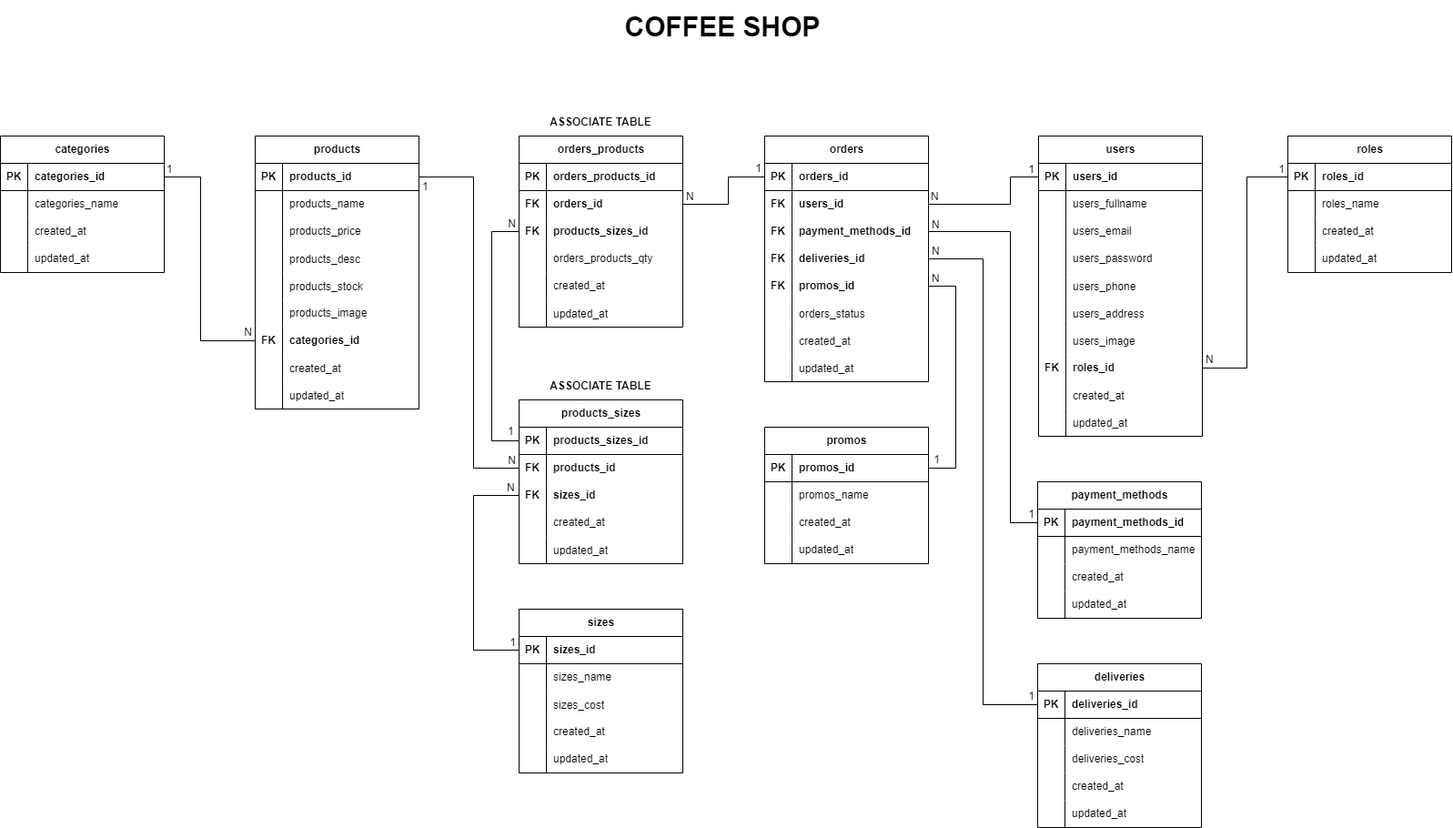
Before: tugas/postgresql/coffee-shop.drawio.png, a diagram exported from draw.io (ridwanbahtiar15/basic-cs-js-fwg16). Source tidied: cells renumbered, new cells last; positions are measured from the earlier drawing's top-left corner, leaving out a move shared by most shapes.
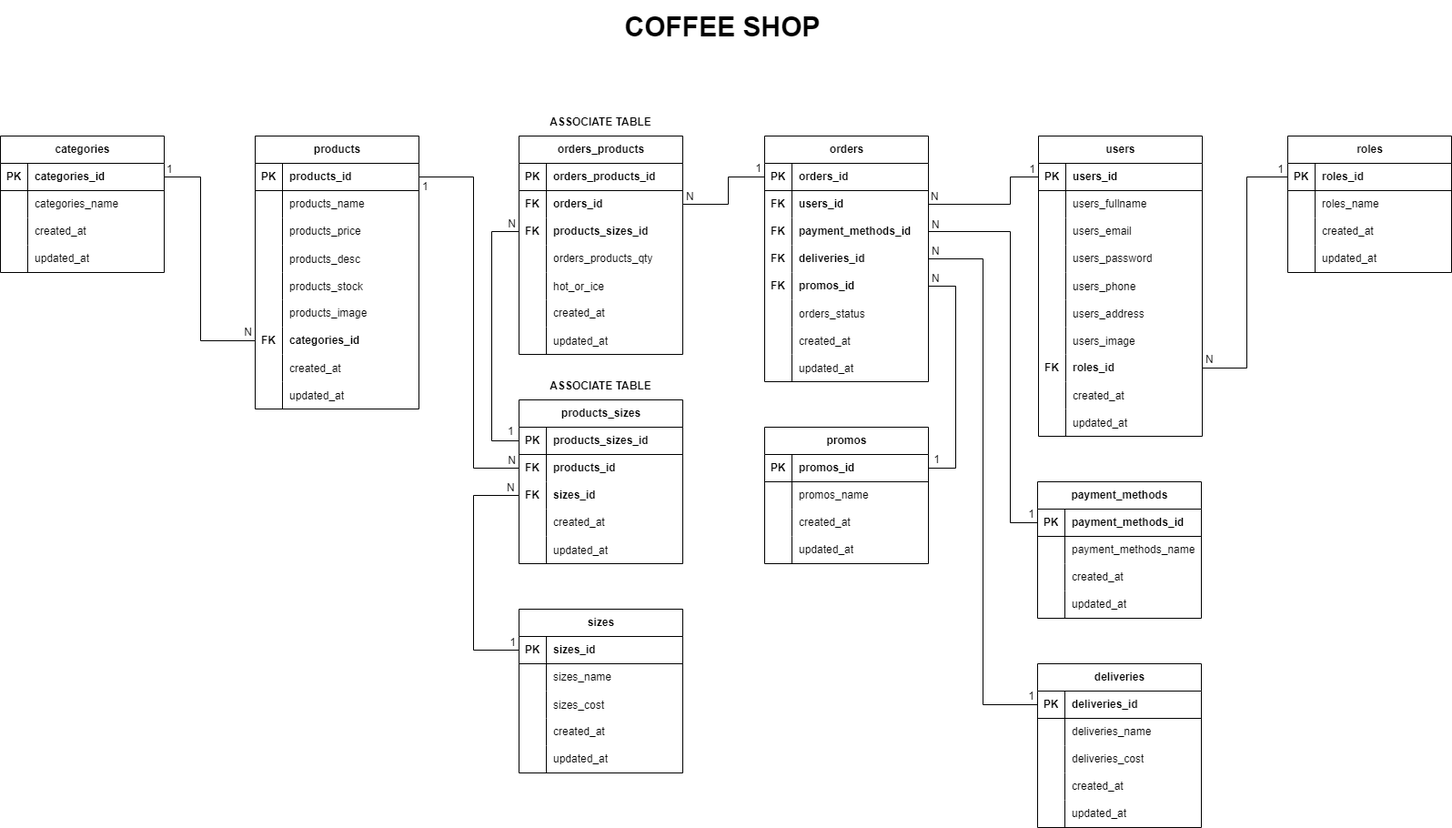
After the change.

Diff of the diagram source:
```diff
@@ -261,7 +261,7 @@
       <mxGeometry x="30" width="150" height="30" as="geometry" />
     </mxCell>
     <mxCell id="85" value="orders_products" style="shape=table;startSize=30;rowLines=0;fontStyle=1;align=center;html=1;" parent="1" vertex="1">
-      <mxGeometry x="570" y="149" width="180" height="210" as="geometry" />
+      <mxGeometry x="570" y="149" width="180" height="240" as="geometry" />
     </mxCell>
     <mxCell id="86" style="shape=tableRow;horizontal=0;startSize=0;swimlaneHead=0;swimlaneBody=0;fillColor=none;top=0;left=0;right=0;bottom=1;" parent="85" vertex="1">
       <mxGeometry y="30" width="180" height="30" as="geometry" />
@@ -299,8 +299,17 @@
     <mxCell id="97" value="orders_products_qty" style="shape=partialRectangle;fillColor=none;top=0;left=0;bottom=0;right=0;align=left;spacingLeft=6;fontStyle=0;overflow=hidden;whiteSpace=wrap;html=1;" parent="95" vertex="1">
       <mxGeometry x="30" width="150" height="30" as="geometry" />
     </mxCell>
+    <mxCell id="238" style="shape=tableRow;horizontal=0;startSize=0;swimlaneHead=0;swimlaneBody=0;fillColor=none;top=0;left=0;right=0;bottom=0;" parent="85" vertex="1">
+      <mxGeometry y="150" width="180" height="30" as="geometry" />
+    </mxCell>
+    <mxCell id="239" style="shape=partialRectangle;fillColor=none;top=0;left=0;bottom=0;right=0;overflow=hidden;" parent="238" vertex="1">
+      <mxGeometry width="30" height="30" as="geometry" />
+    </mxCell>
+    <mxCell id="240" value="hot_or_ice" style="shape=partialRectangle;fillColor=none;top=0;left=0;bottom=0;right=0;align=left;spacingLeft=6;overflow=hidden;" parent="238" vertex="1">
+      <mxGeometry x="30" width="150" height="30" as="geometry" />
+    </mxCell>
     <mxCell id="98" style="shape=tableRow;horizontal=0;startSize=0;swimlaneHead=0;swimlaneBody=0;fillColor=none;top=0;left=0;right=0;bottom=0;" parent="85" vertex="1">
-      <mxGeometry y="150" width="180" height="30" as="geometry" />
+      <mxGeometry y="180" width="180" height="30" as="geometry" />
     </mxCell>
     <mxCell id="99" style="shape=partialRectangle;fillColor=none;top=0;left=0;bottom=0;right=0;overflow=hidden;whiteSpace=wrap;html=1;" parent="98" vertex="1">
       <mxGeometry width="30" height="30" as="geometry" />
@@ -309,7 +318,7 @@
       <mxGeometry x="30" width="150" height="30" as="geometry" />
     </mxCell>
     <mxCell id="101" style="shape=tableRow;horizontal=0;startSize=0;swimlaneHead=0;swimlaneBody=0;fillColor=none;top=0;left=0;right=0;bottom=0;" parent="85" vertex="1">
-      <mxGeometry y="180" width="180" height="30" as="geometry" />
+      <mxGeometry y="210" width="180" height="30" as="geometry" />
     </mxCell>
     <mxCell id="102" style="shape=partialRectangle;fillColor=none;top=0;left=0;bottom=0;right=0;overflow=hidden;" parent="101" vertex="1">
       <mxGeometry width="30" height="30" as="geometry" />
```
